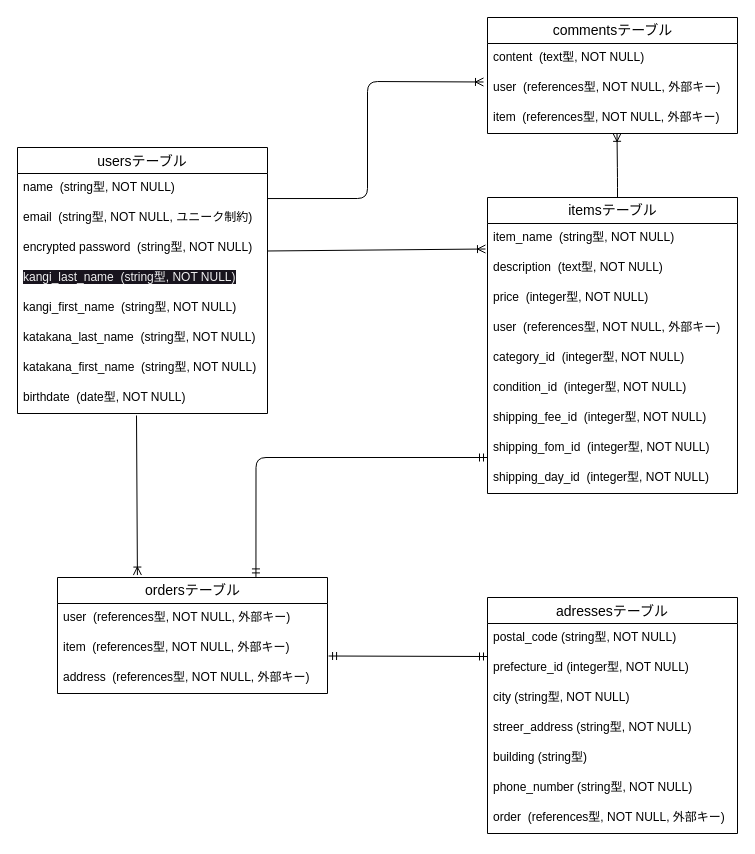
Earlier version of the draw.io diagram ER_furima-40384.dio (hiro501/furima-40384). Source tidied: cells renumbered, new cells numbered last; positions are measured from the earlier drawing's top-left corner, leaving out a move shared by most shapes. Both pictures are drawn from the tidied source at 100%, with x=0, y=0 at pixel (17, 17).
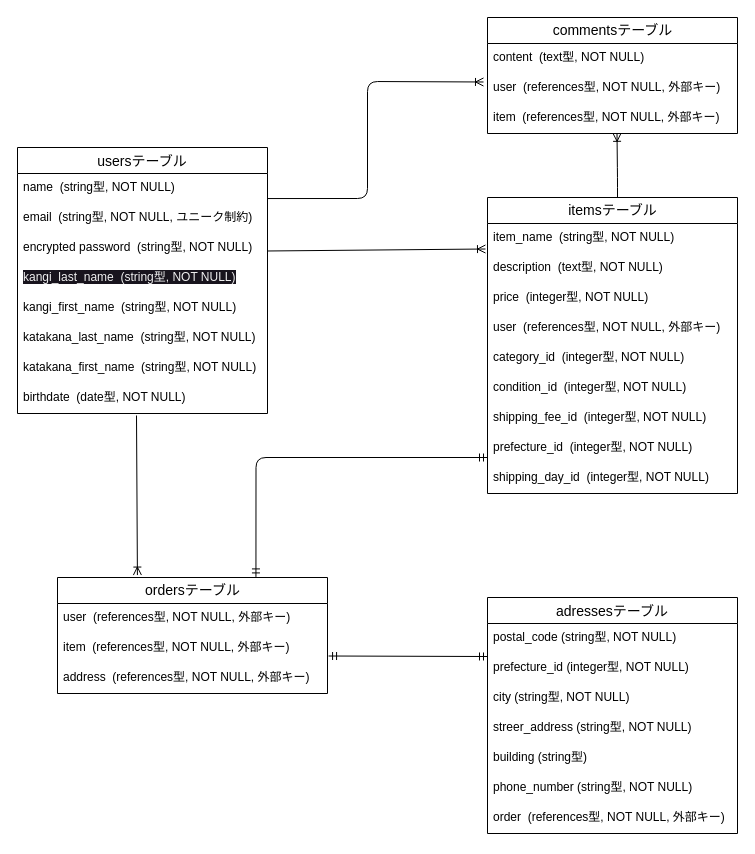
The same page after the edit.

Unchanged cells that the change refers to:
```xml
<mxCell id="11" value="itemsテーブル" style="swimlane;fontStyle=0;horizontal=1;startSize=26;align=center;fontSize=14;labelBackgroundColor=default;html=1;" parent="1" vertex="1">
  <mxGeometry x="470" y="180" width="250" height="296" as="geometry" />
</mxCell>
```

Diff of the diagram source:
```diff
@@
-    <mxCell id="19" value="shipping_fom_id&amp;nbsp; (integer型, NOT NULL)" style="text;strokeColor=none;fillColor=none;spacingLeft=4;spacingRight=4;overflow=hidden;fontSize=12;html=1;" parent="11" vertex="1">
+    <mxCell id="19" value="prefecture_id&amp;nbsp; (integer型, NOT NULL)" style="text;strokeColor=none;fillColor=none;spacingLeft=4;spacingRight=4;overflow=hidden;fontSize=12;html=1;" parent="11" vertex="1">
       <mxGeometry y="236" width="250" height="30" as="geometry" />
     </mxCell>
```
